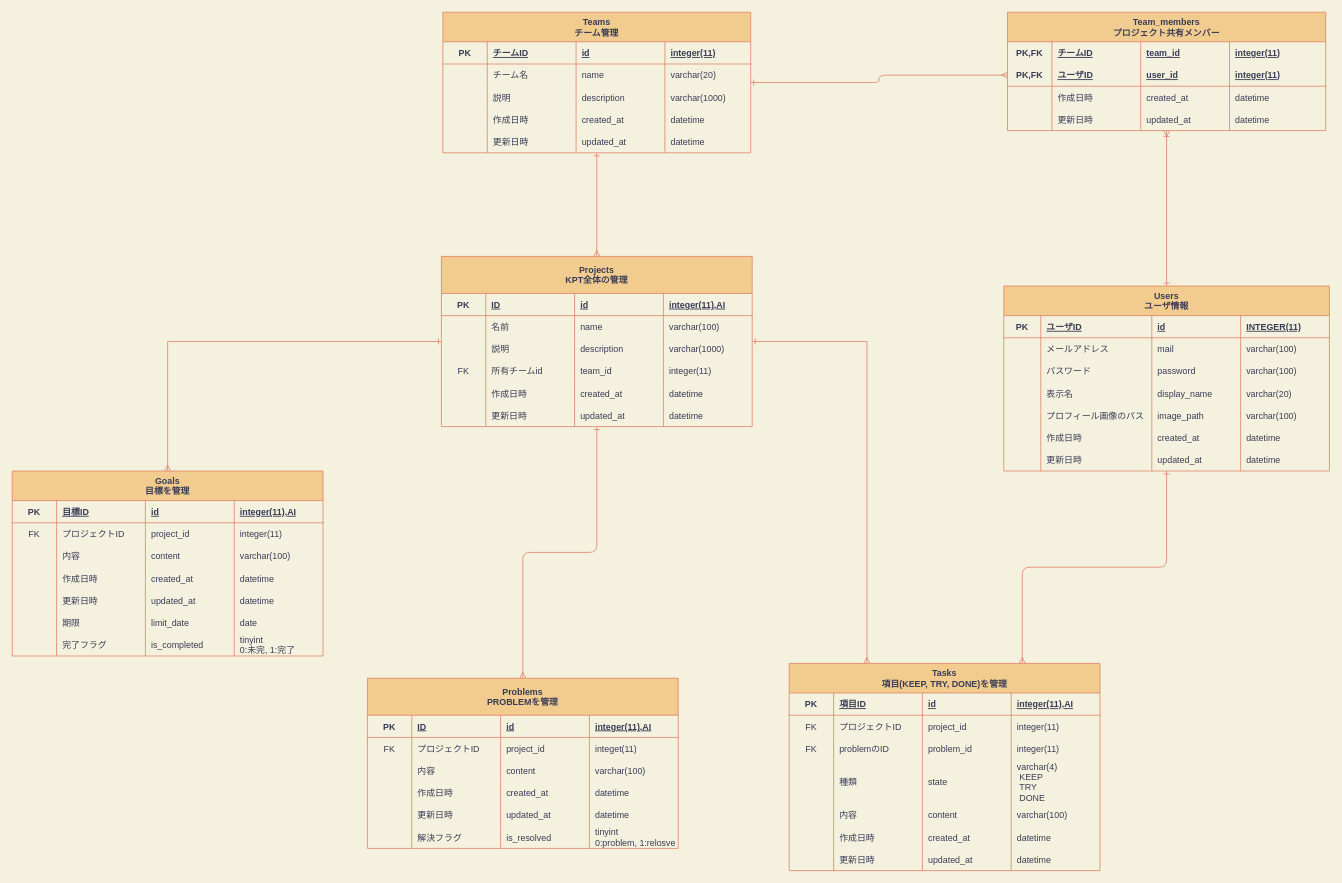
This is database_er_diagram.drawio from nanas773/kpt-design, a draw.io file, before an edit. Source tidied: cells renumbered, new cells numbered last; positions are measured from the earlier drawing's top-left corner, leaving out a move shared by most shapes. Both pictures are drawn from the tidied source at 74%, with x=0, y=0 at pixel (12, 12).
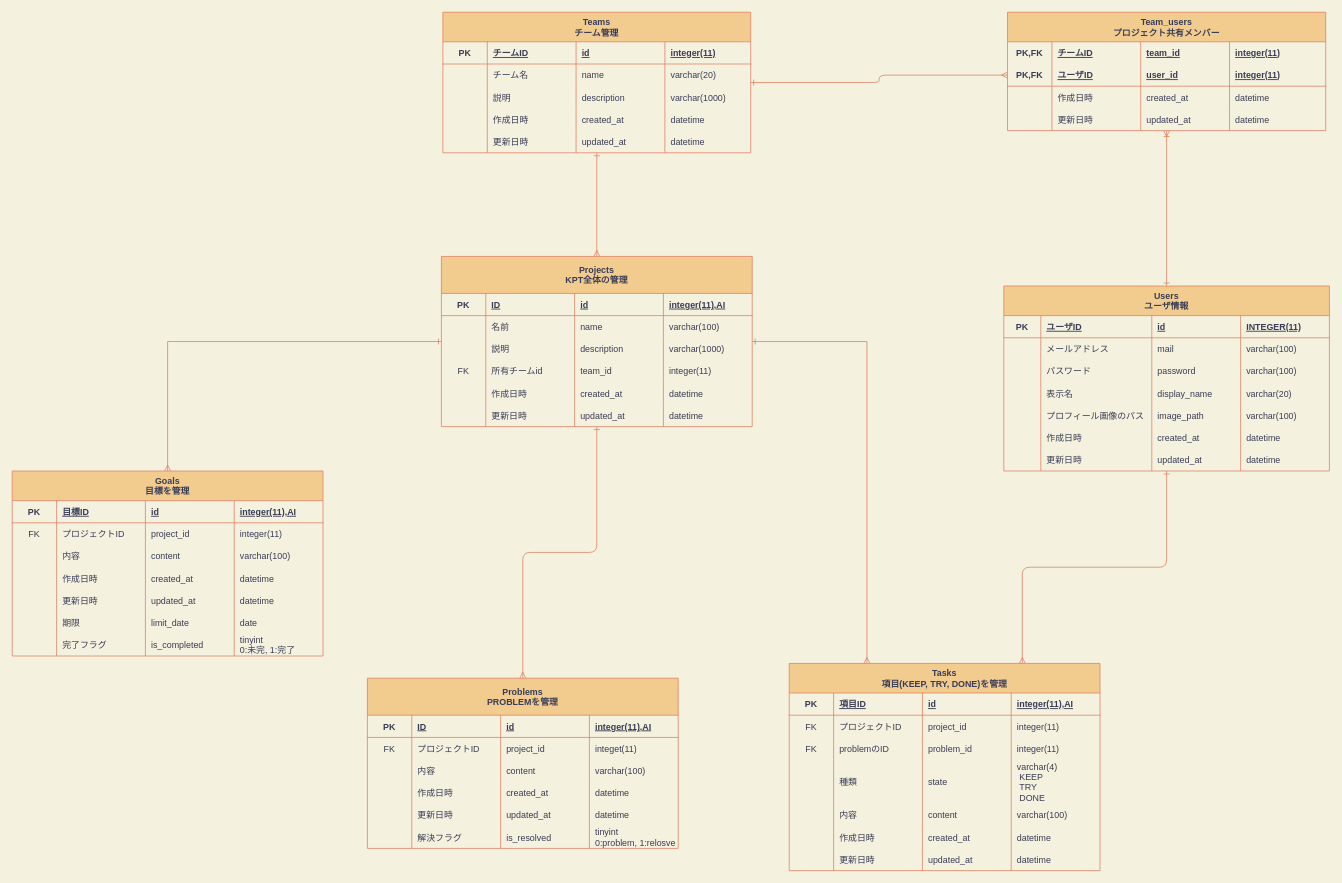
The same diagram, later.

Commit message:
Rename: mailカラムをemailカラムに

Change to the diagram source:
```diff
@@
-    <mxCell id="211" value="Team_members&#10;プロジェクト共有メンバー" style="shape=table;startSize=40;childLayout=tableLayout;rowLines=0;fontStyle=1;align=center;rounded=0;sketch=0;strokeColor=#E07A5F;fillColor=#F2CC8F;fontColor=#393C56;" parent="1" vertex="1">
+    <mxCell id="211" value="Team_users&#10;プロジェクト共有メンバー" style="shape=table;startSize=40;childLayout=tableLayout;rowLines=0;fontStyle=1;align=center;rounded=0;sketch=0;strokeColor=#E07A5F;fillColor=#F2CC8F;fontColor=#393C56;" parent="1" vertex="1">
       <mxGeometry x="1345" width="430" height="160" as="geometry" />
     </mxCell>
```
